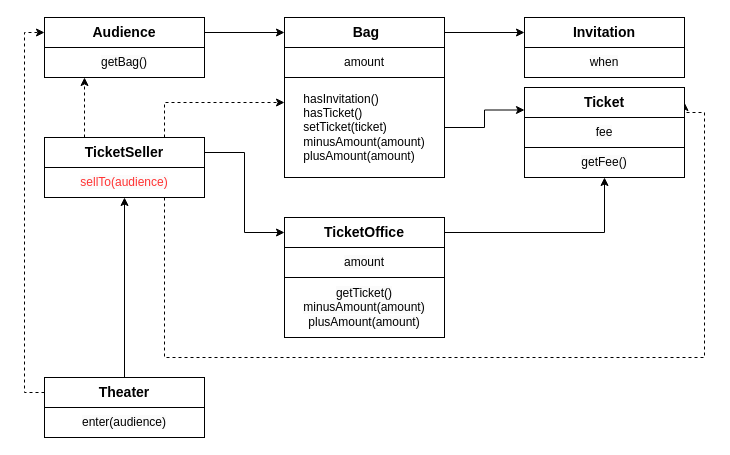
This is Object_티켓설계1.drawio from choichanhyeok/design-drawing, a draw.io file, before an edit. Source tidied: cells renumbered, new cells numbered last; positions are measured from the earlier drawing's top-left corner, leaving out a move shared by most shapes. Both pictures are drawn from the tidied source at 100%, with x=0, y=0 at pixel (44, 17).
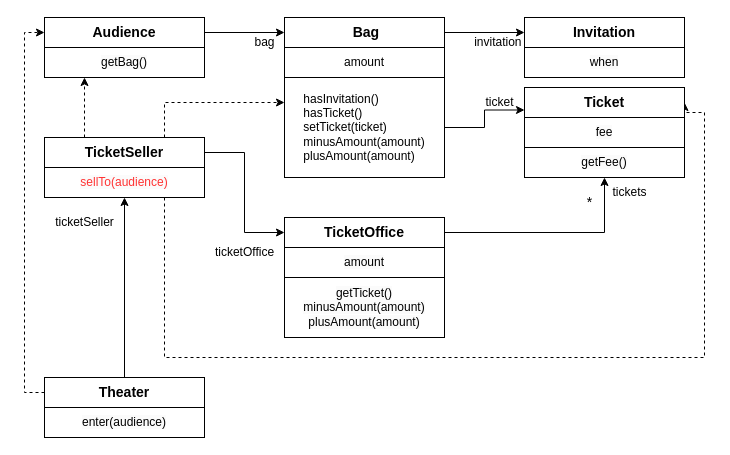
After the change.

Commit message (it also covers changes not shown here):
Object_티켓설계1.drawio 업데이트

Change to the diagram source:
```diff
@@
+    <mxCell id="29" value="bag" style="text;html=1;align=center;verticalAlign=middle;strokeColor=none;fillColor=none;" parent="1" vertex="1">
+      <mxGeometry x="200" y="10" width="40" height="30" as="geometry" />
+    </mxCell>
+    <mxCell id="30" value="invitation&amp;nbsp;" style="text;html=1;align=center;verticalAlign=middle;strokeColor=none;fillColor=none;" parent="1" vertex="1">
+      <mxGeometry x="420" y="10" width="70" height="30" as="geometry" />
+    </mxCell>
+    <mxCell id="31" value="ticket" style="text;html=1;align=center;verticalAlign=middle;strokeColor=none;fillColor=none;" parent="1" vertex="1">
+      <mxGeometry x="430" y="70" width="50" height="30" as="geometry" />
+    </mxCell>
+    <mxCell id="32" value="tickets" style="text;html=1;align=center;verticalAlign=middle;strokeColor=none;fillColor=none;" parent="1" vertex="1">
+      <mxGeometry x="555" y="160" width="60" height="30" as="geometry" />
+    </mxCell>
+    <mxCell id="33" value="&lt;font style=&quot;font-size: 14px;&quot;&gt;*&lt;/font&gt;" style="text;html=1;align=center;verticalAlign=middle;strokeColor=none;fillColor=none;" parent="1" vertex="1">
+      <mxGeometry x="530" y="170" width="30" height="30" as="geometry" />
+    </mxCell>
+    <mxCell id="34" value="ticketOffice" style="text;html=1;align=center;verticalAlign=middle;strokeColor=none;fillColor=none;" parent="1" vertex="1">
+      <mxGeometry x="160" y="220" width="80" height="30" as="geometry" />
+    </mxCell>
+    <mxCell id="35" value="ticketSeller" style="text;html=1;align=center;verticalAlign=middle;strokeColor=none;fillColor=none;" parent="1" vertex="1">
+      <mxGeometry y="190" width="80" height="30" as="geometry" />
+    </mxCell>
```
